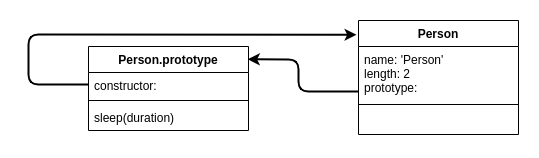
The draw.io diagram SoftwareDevelopment/WebDevelopment/JavaScript/pictures/constructorFunctionInheritanceStep2.png in lcov29/knowledgeBase, before a commit. Source tidied: cells renumbered, new cells last; positions are measured from the earlier drawing's top-left corner, leaving out a move shared by most shapes. Its diagram source:
```xml
<mxGraphModel>
  <root>
    <mxCell id="0" />
    <mxCell id="1" parent="0" />
    <mxCell id="2" value="Person" style="swimlane;fontStyle=1;align=center;verticalAlign=top;horizontal=1;startSize=26;" parent="1" vertex="1">
      <mxGeometry x="330" width="160" height="114" as="geometry" />
    </mxCell>
    <mxCell id="3" value="name: 'Person'&#10;length: 2&#10;prototype:" style="text;strokeColor=none;fillColor=none;align=left;verticalAlign=top;spacingLeft=4;spacingRight=4;overflow=hidden;points=[[0,0.5],[1,0.5]];portConstraint=eastwest;" parent="2" vertex="1">
      <mxGeometry y="26" width="160" height="54" as="geometry" />
    </mxCell>
    <mxCell id="4" style="line;strokeWidth=1;fillColor=none;align=left;verticalAlign=middle;spacingTop=-1;spacingLeft=3;spacingRight=3;labelPosition=right;" parent="2" vertex="1">
      <mxGeometry y="80" width="160" height="8" as="geometry" />
    </mxCell>
    <mxCell id="5" value=" " style="text;strokeColor=none;fillColor=none;align=left;verticalAlign=top;spacingLeft=4;spacingRight=4;overflow=hidden;" parent="2" vertex="1">
      <mxGeometry y="88" width="160" height="26" as="geometry" />
    </mxCell>
    <mxCell id="6" value="Person.prototype" style="swimlane;fontStyle=1;align=center;verticalAlign=top;horizontal=1;startSize=26;" parent="1" vertex="1">
      <mxGeometry x="60" y="26" width="160" height="84" as="geometry" />
    </mxCell>
    <mxCell id="7" value="constructor:" style="text;strokeColor=none;fillColor=none;align=left;verticalAlign=top;spacingLeft=4;spacingRight=4;overflow=hidden;points=[[0,0.5],[1,0.5]];portConstraint=eastwest;" parent="6" vertex="1">
      <mxGeometry y="26" width="160" height="24" as="geometry" />
    </mxCell>
    <mxCell id="8" style="line;strokeWidth=1;fillColor=none;align=left;verticalAlign=middle;spacingTop=-1;spacingLeft=3;spacingRight=3;labelPosition=right;" parent="6" vertex="1">
      <mxGeometry y="50" width="160" height="8" as="geometry" />
    </mxCell>
    <mxCell id="9" value="sleep(duration)" style="text;strokeColor=none;fillColor=none;align=left;verticalAlign=top;spacingLeft=4;spacingRight=4;overflow=hidden;" parent="6" vertex="1">
      <mxGeometry y="58" width="160" height="26" as="geometry" />
    </mxCell>
    <mxCell id="10" style="endArrow=classic;html=1;strokeWidth=2;exitX=0.003;exitY=0.833;exitDx=0;exitDy=0;exitPerimeter=0;entryX=0.995;entryY=0.152;entryDx=0;entryDy=0;entryPerimeter=0;" parent="1" edge="1" source="3" target="6">
      <mxGeometry relative="1" as="geometry">
        <Array as="points">
          <mxPoint x="270" y="71" />
          <mxPoint x="270" y="39" />
        </Array>
      </mxGeometry>
    </mxCell>
    <mxCell id="11" style="endArrow=classic;html=1;strokeWidth=2;exitX=0;exitY=0.5;exitDx=0;exitDy=0;entryX=-0.012;entryY=0.125;entryDx=0;entryDy=0;entryPerimeter=0;" parent="1" edge="1" source="7" target="2">
      <mxGeometry relative="1" as="geometry">
        <Array as="points">
          <mxPoint y="64" />
          <mxPoint y="14" />
        </Array>
      </mxGeometry>
    </mxCell>
  </root>
</mxGraphModel>
```
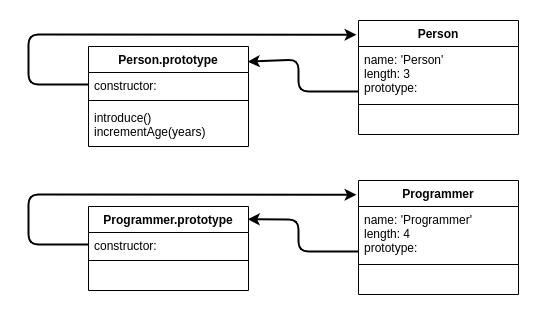
The same diagram one commit later.

Change to the diagram source:
```diff
@@ -5,7 +5,7 @@
     <mxCell id="2" value="Person" style="swimlane;fontStyle=1;align=center;verticalAlign=top;horizontal=1;startSize=26;" parent="1" vertex="1">
       <mxGeometry x="330" width="160" height="114" as="geometry" />
     </mxCell>
-    <mxCell id="3" value="name: 'Person'&#10;length: 2&#10;prototype:" style="text;strokeColor=none;fillColor=none;align=left;verticalAlign=top;spacingLeft=4;spacingRight=4;overflow=hidden;points=[[0,0.5],[1,0.5]];portConstraint=eastwest;" parent="2" vertex="1">
+    <mxCell id="3" value="name: 'Person'&#10;length: 3&#10;prototype:" style="text;strokeColor=none;fillColor=none;align=left;verticalAlign=top;spacingLeft=4;spacingRight=4;overflow=hidden;points=[[0,0.5],[1,0.5]];portConstraint=eastwest;" parent="2" vertex="1">
       <mxGeometry y="26" width="160" height="54" as="geometry" />
     </mxCell>
     <mxCell id="4" style="line;strokeWidth=1;fillColor=none;align=left;verticalAlign=middle;spacingTop=-1;spacingLeft=3;spacingRight=3;labelPosition=right;" parent="2" vertex="1">
@@ -15,7 +15,7 @@
       <mxGeometry y="88" width="160" height="26" as="geometry" />
     </mxCell>
     <mxCell id="6" value="Person.prototype" style="swimlane;fontStyle=1;align=center;verticalAlign=top;horizontal=1;startSize=26;" parent="1" vertex="1">
-      <mxGeometry x="60" y="26" width="160" height="84" as="geometry" />
+      <mxGeometry x="60" y="26" width="160" height="100" as="geometry" />
     </mxCell>
     <mxCell id="7" value="constructor:" style="text;strokeColor=none;fillColor=none;align=left;verticalAlign=top;spacingLeft=4;spacingRight=4;overflow=hidden;points=[[0,0.5],[1,0.5]];portConstraint=eastwest;" parent="6" vertex="1">
       <mxGeometry y="26" width="160" height="24" as="geometry" />
@@ -23,8 +23,8 @@
     <mxCell id="8" style="line;strokeWidth=1;fillColor=none;align=left;verticalAlign=middle;spacingTop=-1;spacingLeft=3;spacingRight=3;labelPosition=right;" parent="6" vertex="1">
       <mxGeometry y="50" width="160" height="8" as="geometry" />
     </mxCell>
-    <mxCell id="9" value="sleep(duration)" style="text;strokeColor=none;fillColor=none;align=left;verticalAlign=top;spacingLeft=4;spacingRight=4;overflow=hidden;" parent="6" vertex="1">
-      <mxGeometry y="58" width="160" height="26" as="geometry" />
+    <mxCell id="9" value="introduce()&#10;incrementAge(years)" style="text;strokeColor=none;fillColor=none;align=left;verticalAlign=top;spacingLeft=4;spacingRight=4;overflow=hidden;" parent="6" vertex="1">
+      <mxGeometry y="58" width="160" height="42" as="geometry" />
     </mxCell>
     <mxCell id="10" style="endArrow=classic;html=1;strokeWidth=2;exitX=0.003;exitY=0.833;exitDx=0;exitDy=0;exitPerimeter=0;entryX=0.995;entryY=0.152;entryDx=0;entryDy=0;entryPerimeter=0;" parent="1" edge="1" source="3" target="6">
       <mxGeometry relative="1" as="geometry">
@@ -42,5 +42,45 @@
         </Array>
       </mxGeometry>
     </mxCell>
+    <mxCell id="12" value="Programmer" style="swimlane;fontStyle=1;align=center;verticalAlign=top;horizontal=1;startSize=26;" parent="1" vertex="1">
+      <mxGeometry x="330" y="160" width="160" height="114" as="geometry" />
+    </mxCell>
+    <mxCell id="13" value="name: 'Programmer'&#10;length: 4&#10;prototype:" style="text;strokeColor=none;fillColor=none;align=left;verticalAlign=top;spacingLeft=4;spacingRight=4;overflow=hidden;points=[[0,0.5],[1,0.5]];portConstraint=eastwest;" parent="12" vertex="1">
+      <mxGeometry y="26" width="160" height="54" as="geometry" />
+    </mxCell>
+    <mxCell id="14" style="line;strokeWidth=1;fillColor=none;align=left;verticalAlign=middle;spacingTop=-1;spacingLeft=3;spacingRight=3;labelPosition=right;" parent="12" vertex="1">
+      <mxGeometry y="80" width="160" height="8" as="geometry" />
+    </mxCell>
+    <mxCell id="15" value=" " style="text;strokeColor=none;fillColor=none;align=left;verticalAlign=top;spacingLeft=4;spacingRight=4;overflow=hidden;" parent="12" vertex="1">
+      <mxGeometry y="88" width="160" height="26" as="geometry" />
+    </mxCell>
+    <mxCell id="16" value="Programmer.prototype" style="swimlane;fontStyle=1;align=center;verticalAlign=top;horizontal=1;startSize=26;" parent="1" vertex="1">
+      <mxGeometry x="60" y="186" width="160" height="84" as="geometry" />
+    </mxCell>
+    <mxCell id="17" value="constructor:" style="text;strokeColor=none;fillColor=none;align=left;verticalAlign=top;spacingLeft=4;spacingRight=4;overflow=hidden;points=[[0,0.5],[1,0.5]];portConstraint=eastwest;" parent="16" vertex="1">
+      <mxGeometry y="26" width="160" height="24" as="geometry" />
+    </mxCell>
+    <mxCell id="18" style="line;strokeWidth=1;fillColor=none;align=left;verticalAlign=middle;spacingTop=-1;spacingLeft=3;spacingRight=3;labelPosition=right;" parent="16" vertex="1">
+      <mxGeometry y="50" width="160" height="8" as="geometry" />
+    </mxCell>
+    <mxCell id="19" value=" " style="text;strokeColor=none;fillColor=none;align=left;verticalAlign=top;spacingLeft=4;spacingRight=4;overflow=hidden;" parent="16" vertex="1">
+      <mxGeometry y="58" width="160" height="26" as="geometry" />
+    </mxCell>
+    <mxCell id="20" style="endArrow=classic;html=1;strokeWidth=2;exitX=0.003;exitY=0.833;exitDx=0;exitDy=0;exitPerimeter=0;entryX=0.995;entryY=0.152;entryDx=0;entryDy=0;entryPerimeter=0;" parent="1" edge="1" source="13" target="16">
+      <mxGeometry relative="1" as="geometry">
+        <Array as="points">
+          <mxPoint x="270" y="231" />
+          <mxPoint x="270" y="199" />
+        </Array>
+      </mxGeometry>
+    </mxCell>
+    <mxCell id="21" style="endArrow=classic;html=1;strokeWidth=2;exitX=0;exitY=0.5;exitDx=0;exitDy=0;entryX=-0.012;entryY=0.125;entryDx=0;entryDy=0;entryPerimeter=0;" parent="1" edge="1" source="17" target="12">
+      <mxGeometry relative="1" as="geometry">
+        <Array as="points">
+          <mxPoint y="224" />
+          <mxPoint y="174" />
+        </Array>
+      </mxGeometry>
+    </mxCell>
   </root>
 </mxGraphModel>
```
